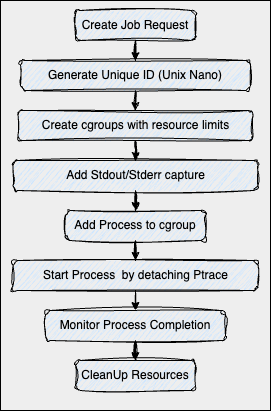
Above: docs/job-worker-job-lifecycle.drawio.png in ehsaniara/job-worker (draw.io), before the change. Source tidied: cells renumbered, new cells last; positions are measured from the earlier drawing's top-left corner, leaving out a move shared by most shapes.
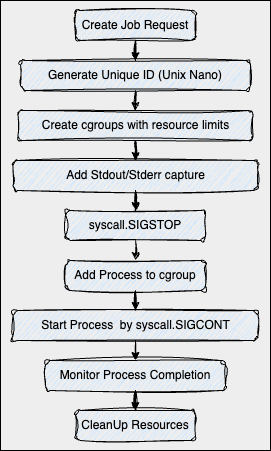
The same file after the commit.

What changed in the source:
```diff
@@ -3,7 +3,7 @@
     <mxCell id="0" />
     <mxCell id="1" parent="0" />
     <mxCell id="2" style="rounded=0;whiteSpace=wrap;html=1;fillColor=#eeeeee;strokeColor=#000000;fontColor=#000000;" parent="1" vertex="1">
-      <mxGeometry width="270" height="410" as="geometry" />
+      <mxGeometry width="270" height="450" as="geometry" />
     </mxCell>
     <mxCell id="3" style="edgeStyle=orthogonalEdgeStyle;rounded=0;jettySize=auto;html=1;fontColor=#000000;strokeColor=#000000;sketch=1;curveFitting=1;jiggle=2;" parent="1" edge="1" source="4" target="6">
       <mxGeometry relative="1" as="geometry" />
@@ -23,7 +23,7 @@
     <mxCell id="8" value="Create&amp;nbsp;&lt;span style=&quot;background-color: transparent;&quot;&gt;cgroups with resource&amp;nbsp;&lt;/span&gt;&lt;span style=&quot;background-color: transparent;&quot;&gt;limits&lt;/span&gt;" style="rounded=1;whiteSpace=wrap;html=1;fillColor=#cce5ff;strokeColor=#000000;sketch=1;curveFitting=1;jiggle=2;fontColor=#000000;" parent="1" vertex="1">
       <mxGeometry x="17.5" y="110" width="235" height="30" as="geometry" />
     </mxCell>
-    <mxCell id="9" style="edgeStyle=orthogonalEdgeStyle;rounded=0;jettySize=auto;html=1;fontColor=#000000;strokeColor=#000000;sketch=1;curveFitting=1;jiggle=2;" parent="1" edge="1" source="10" target="12">
+    <mxCell id="9" style="edgeStyle=orthogonalEdgeStyle;rounded=0;jettySize=auto;html=1;fontColor=#000000;strokeColor=#000000;sketch=1;curveFitting=1;jiggle=2;entryX=0.5;entryY=0;entryDx=0;entryDy=0;" parent="1" edge="1" source="10" target="19">
       <mxGeometry relative="1" as="geometry" />
     </mxCell>
     <mxCell id="10" value="Add Stdout/Stderr capture" style="rounded=1;whiteSpace=wrap;html=1;fillColor=#cce5ff;strokeColor=#000000;sketch=1;curveFitting=1;jiggle=2;fontColor=#000000;" parent="1" vertex="1">
@@ -33,22 +33,28 @@
       <mxGeometry relative="1" as="geometry" />
     </mxCell>
     <mxCell id="12" value="Add Process to cgroup" style="rounded=1;whiteSpace=wrap;html=1;fillColor=#cce5ff;strokeColor=#000000;sketch=1;curveFitting=1;jiggle=2;fontColor=#000000;" parent="1" vertex="1">
-      <mxGeometry x="65" y="210" width="140" height="30" as="geometry" />
+      <mxGeometry x="65" y="260" width="140" height="30" as="geometry" />
     </mxCell>
     <mxCell id="13" style="edgeStyle=orthogonalEdgeStyle;rounded=0;jettySize=auto;html=1;fontColor=#000000;strokeColor=#000000;sketch=1;curveFitting=1;jiggle=2;" parent="1" edge="1" source="14" target="15">
       <mxGeometry relative="1" as="geometry" />
     </mxCell>
     <mxCell id="14" value="Monitor Process Completion" style="rounded=1;whiteSpace=wrap;html=1;fillColor=#cce5ff;strokeColor=#000000;sketch=1;curveFitting=1;jiggle=2;fontColor=#000000;" parent="1" vertex="1">
-      <mxGeometry x="45" y="310" width="180" height="30" as="geometry" />
+      <mxGeometry x="45" y="360" width="180" height="30" as="geometry" />
     </mxCell>
     <mxCell id="15" value="CleanUp Resources" style="rounded=1;whiteSpace=wrap;html=1;fillColor=#cce5ff;strokeColor=#000000;sketch=1;curveFitting=1;jiggle=2;fontColor=#000000;" parent="1" vertex="1">
-      <mxGeometry x="75" y="360" width="120" height="30" as="geometry" />
+      <mxGeometry x="75" y="410" width="120" height="30" as="geometry" />
     </mxCell>
     <mxCell id="16" style="edgeStyle=orthogonalEdgeStyle;rounded=0;jettySize=auto;html=1;exitX=0.5;exitY=1;exitDx=0;exitDy=0;entryX=0.5;entryY=0;entryDx=0;entryDy=0;strokeColor=#000000;sketch=1;curveFitting=1;jiggle=2;" parent="1" edge="1" source="17" target="14">
       <mxGeometry relative="1" as="geometry" />
     </mxCell>
-    <mxCell id="17" value="Start Process&amp;nbsp; by detaching Ptrace" style="rounded=1;whiteSpace=wrap;html=1;fillColor=#cce5ff;strokeColor=#000000;sketch=1;curveFitting=1;jiggle=2;fontColor=#000000;" parent="1" vertex="1">
-      <mxGeometry x="12.5" y="260" width="245" height="30" as="geometry" />
+    <mxCell id="17" value="Start Process&amp;nbsp; by syscall.SIGCONT" style="rounded=1;whiteSpace=wrap;html=1;fillColor=#cce5ff;strokeColor=#000000;sketch=1;curveFitting=1;jiggle=2;fontColor=#000000;" parent="1" vertex="1">
+      <mxGeometry x="12.5" y="310" width="245" height="30" as="geometry" />
     </mxCell>
+    <mxCell id="18" style="edgeStyle=orthogonalEdgeStyle;rounded=0;jettySize=auto;html=1;exitX=0.5;exitY=1;exitDx=0;exitDy=0;entryX=0.5;entryY=0;entryDx=0;entryDy=0;strokeColor=#000000;sketch=1;curveFitting=1;jiggle=2;" parent="1" edge="1" source="19" target="12">
+      <mxGeometry relative="1" as="geometry" />
+    </mxCell>
+    <mxCell id="19" value="syscall.SIGSTOP" style="rounded=1;whiteSpace=wrap;html=1;fillColor=#cce5ff;strokeColor=#000000;sketch=1;curveFitting=1;jiggle=2;fontColor=#000000;" parent="1" vertex="1">
+      <mxGeometry x="65" y="210" width="140" height="30" as="geometry" />
+    </mxCell>
   </root>
 </mxGraphModel>
```
